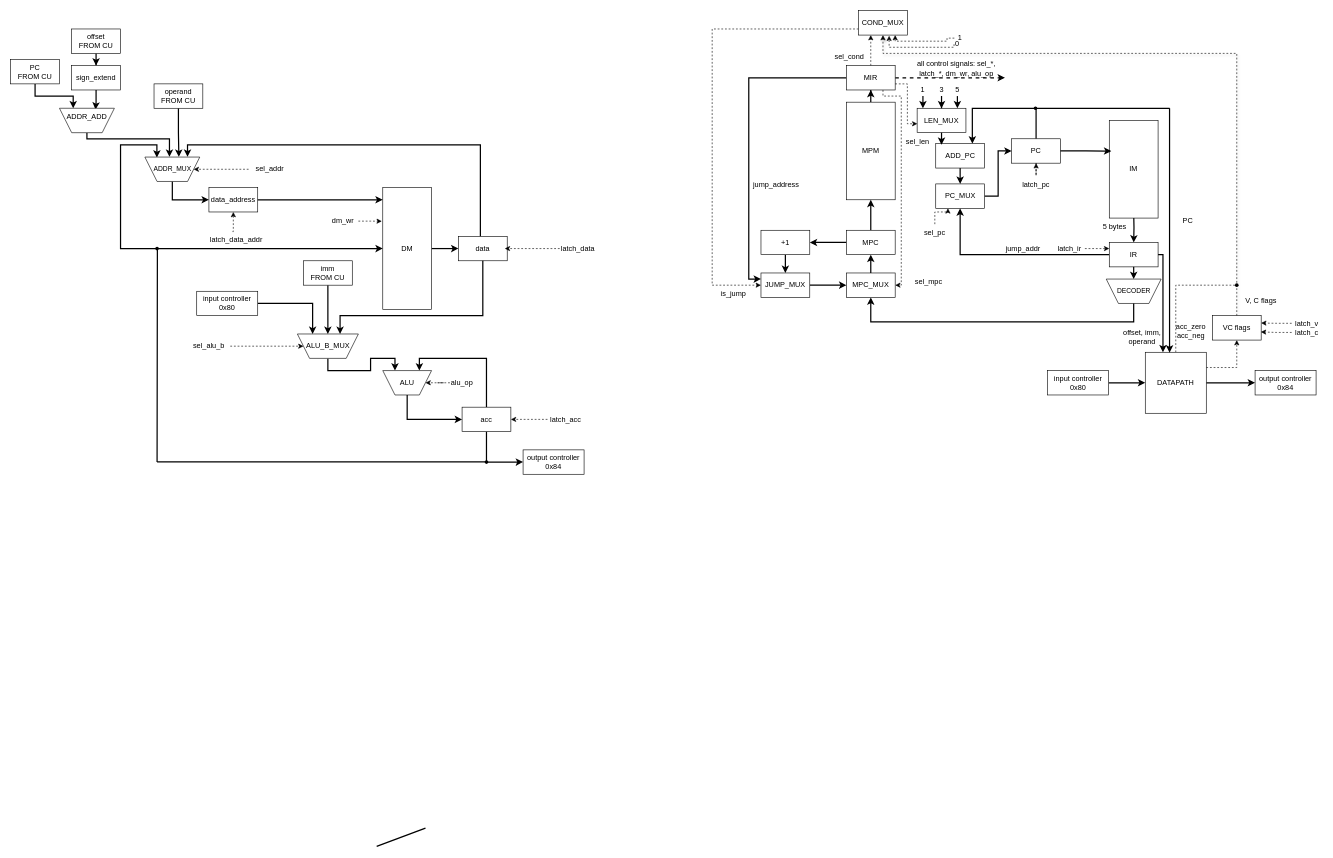
Earlier version of the draw.io diagram csa/lab3/scheme/scheme.drawio (Miwm64/itmo_cse). Source tidied: cells renumbered, new cells numbered last; positions are measured from the earlier drawing's top-left corner, leaving out a move shared by most shapes. Both pictures are drawn from the tidied source at 61%, with x=0, y=0 at pixel (10, 10).
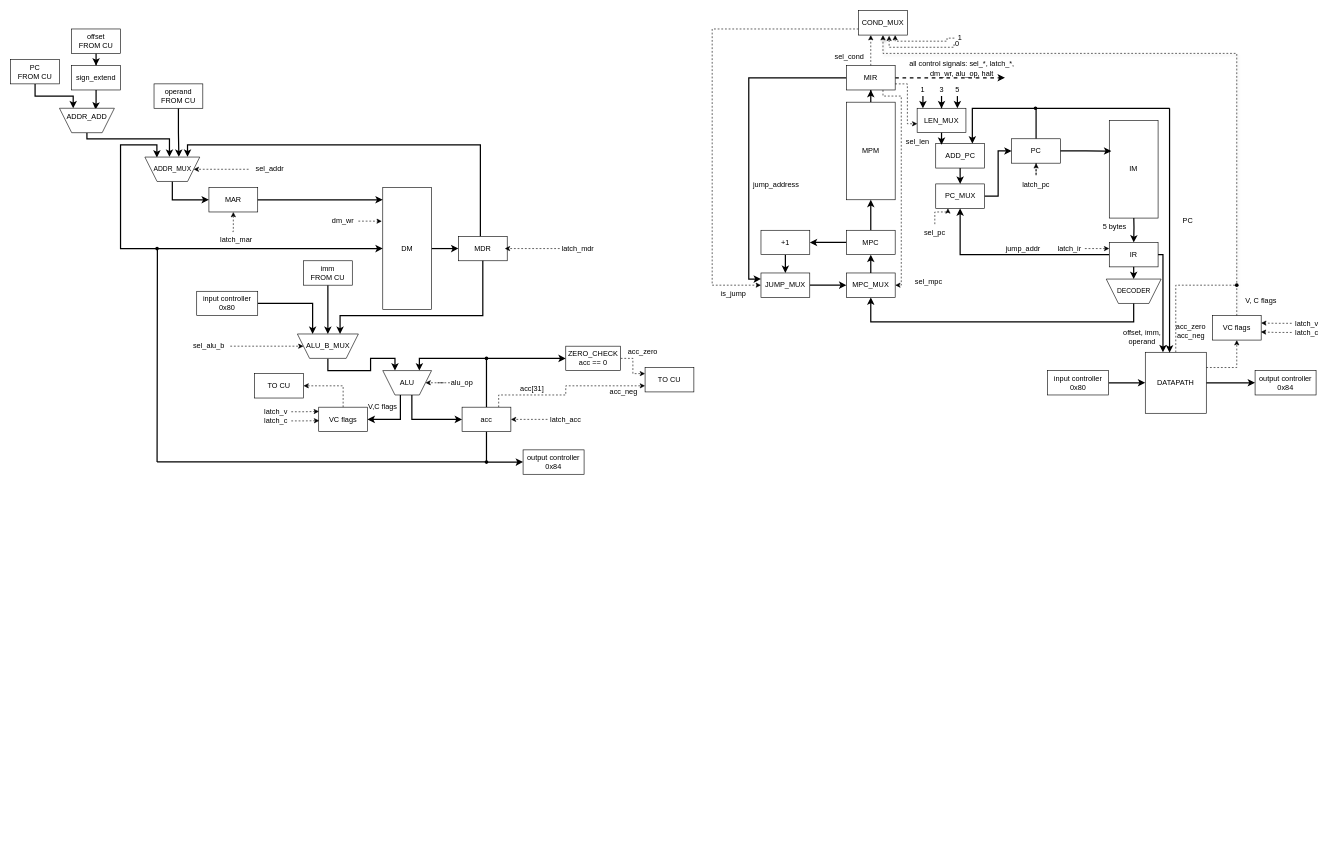
After the change.

Commit message:
feat: signals from datapath

Unchanged cells that the change refers to:
```xml
<mxCell id="11" value="acc" style="rounded=0;whiteSpace=wrap;html=1;" parent="1" vertex="1">
  <mxGeometry x="740" y="650" width="80" height="40" as="geometry" />
</mxCell>
<mxCell id="19" value="&lt;div&gt;&lt;br/&gt;&lt;/div&gt;" style="shape=trapezoid;perimeter=trapezoidPerimeter;whiteSpace=wrap;html=1;shapeInside=1;fixedSize=1;size=20;rotation=-180;" parent="18" vertex="1">
  <mxGeometry width="80" height="40" as="geometry" />
</mxCell>
```

Change to the diagram source:
```diff
@@
+    <mxCell id="144" style="edgeStyle=orthogonalEdgeStyle;rounded=0;jettySize=auto;html=1;exitX=0.75;exitY=0;exitDx=0;exitDy=0;dashed=1;entryX=0;entryY=0.75;entryDx=0;entryDy=0;" parent="1" edge="1" source="11" target="158">
+      <mxGeometry relative="1" as="geometry">
+        <Array as="points">
+          <mxPoint x="800" y="630" />
+          <mxPoint x="910" y="630" />
+          <mxPoint x="910" y="615" />
+        </Array>
+      </mxGeometry>
+    </mxCell>
@@
-    <mxCell id="12" style="edgeStyle=orthogonalEdgeStyle;rounded=0;jettySize=auto;html=1;entryX=0;entryY=0.5;entryDx=0;entryDy=0;exitX=0.5;exitY=0;exitDx=0;exitDy=0;strokeWidth=2;" parent="1" edge="1" source="19" target="11">
+    <mxCell id="12" style="edgeStyle=orthogonalEdgeStyle;rounded=0;jettySize=auto;html=1;entryX=0;entryY=0.5;entryDx=0;entryDy=0;exitX=0.404;exitY=0.005;exitDx=0;exitDy=0;strokeWidth=2;exitPerimeter=0;" parent="1" edge="1" source="19" target="11">
       <mxGeometry relative="1" as="geometry" />
     </mxCell>
@@
-    <mxCell id="26" value="data_address" style="rounded=0;whiteSpace=wrap;html=1;" parent="1" vertex="1">
+    <mxCell id="26" value="MAR" style="rounded=0;whiteSpace=wrap;html=1;" parent="1" vertex="1">
       <mxGeometry x="325" y="290" width="80" height="40" as="geometry" />
     </mxCell>
@@
-    <mxCell id="30" style="endArrow=none;html=1;rounded=0;strokeWidth=2;" parent="1" edge="1">
-      <mxGeometry relative="1" as="geometry">
-        <mxPoint x="600" y="1370" as="sourcePoint" />
-        <mxPoint x="680" y="1340" as="targetPoint" />
-      </mxGeometry>
-    </mxCell>
@@
-    <mxCell id="36" value="data" style="rounded=0;whiteSpace=wrap;html=1;" parent="1" vertex="1">
+    <mxCell id="36" value="MDR" style="rounded=0;whiteSpace=wrap;html=1;" parent="1" vertex="1">
       <mxGeometry x="734" y="370" width="80" height="40" as="geometry" />
     </mxCell>
@@
-    <mxCell id="51" value="latch_data" style="text;html=1;whiteSpace=wrap;strokeColor=none;fillColor=none;align=center;verticalAlign=middle;rounded=0;" parent="1" vertex="1">
+    <mxCell id="51" value="latch_mdr" style="text;html=1;whiteSpace=wrap;strokeColor=none;fillColor=none;align=center;verticalAlign=middle;rounded=0;" parent="1" vertex="1">
       <mxGeometry x="900" y="375" width="60" height="30" as="geometry" />
     </mxCell>
@@
-    <mxCell id="54" value="latch_data_addr" style="text;html=1;whiteSpace=wrap;strokeColor=none;fillColor=none;align=center;verticalAlign=middle;rounded=0;dashed=1;" parent="1" vertex="1">
+    <mxCell id="54" value="latch_mar" style="text;html=1;whiteSpace=wrap;strokeColor=none;fillColor=none;align=center;verticalAlign=middle;rounded=0;dashed=1;" parent="1" vertex="1">
       <mxGeometry x="335" y="360" width="70" height="30" as="geometry" />
     </mxCell>
@@
-    <mxCell id="119" value="all control signals: sel_*, latch_*, dm_wr, alu_op" style="text;html=1;whiteSpace=wrap;strokeColor=none;fillColor=none;align=center;verticalAlign=middle;rounded=0;" parent="1" vertex="1">
-      <mxGeometry x="1470" y="80" width="161" height="30" as="geometry" />
+    <mxCell id="119" value="all control signals: sel_*, latch_*, dm_wr, alu_op, halt" style="text;html=1;whiteSpace=wrap;strokeColor=none;fillColor=none;align=center;verticalAlign=middle;rounded=0;" parent="1" vertex="1">
+      <mxGeometry x="1469" y="80" width="181" height="30" as="geometry" />
     </mxCell>
@@
+    <mxCell id="145" style="edgeStyle=orthogonalEdgeStyle;rounded=0;jettySize=auto;html=1;entryX=1;entryY=0.5;entryDx=0;entryDy=0;exitX=0.5;exitY=0;exitDx=0;exitDy=0;dashed=1;" parent="1" edge="1" source="146" target="151">
+      <mxGeometry relative="1" as="geometry" />
+    </mxCell>
+    <mxCell id="146" value="VC flags" style="rounded=0;whiteSpace=wrap;html=1;" parent="1" vertex="1">
+      <mxGeometry x="505" y="650" width="80" height="40" as="geometry" />
+    </mxCell>
+    <mxCell id="147" style="edgeStyle=orthogonalEdgeStyle;rounded=0;jettySize=auto;html=1;entryX=1;entryY=0.5;entryDx=0;entryDy=0;strokeWidth=2;exitX=0.639;exitY=0.003;exitDx=0;exitDy=0;exitPerimeter=0;" parent="1" edge="1" source="19" target="146">
+      <mxGeometry relative="1" as="geometry" />
+    </mxCell>
+    <mxCell id="148" style="edgeStyle=orthogonalEdgeStyle;rounded=0;jettySize=auto;html=1;entryX=0.005;entryY=0.173;entryDx=0;entryDy=0;exitX=1;exitY=0.25;exitDx=0;exitDy=0;entryPerimeter=0;dashed=1;" parent="1" edge="1" source="150" target="146">
+      <mxGeometry relative="1" as="geometry" />
+    </mxCell>
+    <mxCell id="149" style="edgeStyle=orthogonalEdgeStyle;rounded=0;jettySize=auto;html=1;entryX=0.01;entryY=0.553;entryDx=0;entryDy=0;exitX=1;exitY=0.75;exitDx=0;exitDy=0;dashed=1;entryPerimeter=0;" parent="1" edge="1" source="150" target="146">
+      <mxGeometry relative="1" as="geometry" />
+    </mxCell>
+    <mxCell id="150" value="latch_v&lt;div&gt;latch_c&lt;/div&gt;" style="text;html=1;whiteSpace=wrap;strokeColor=none;fillColor=none;align=center;verticalAlign=middle;rounded=0;" parent="1" vertex="1">
+      <mxGeometry x="410" y="650" width="50" height="30" as="geometry" />
+    </mxCell>
+    <mxCell id="151" value="TO CU" style="rounded=0;whiteSpace=wrap;html=1;" parent="1" vertex="1">
+      <mxGeometry x="400" y="595" width="80" height="40" as="geometry" />
+    </mxCell>
+    <mxCell id="152" value="V,C flags" style="text;html=1;whiteSpace=wrap;strokeColor=none;fillColor=none;align=center;verticalAlign=middle;rounded=0;" parent="1" vertex="1">
+      <mxGeometry x="585" y="635" width="50" height="30" as="geometry" />
+    </mxCell>
+    <mxCell id="153" style="edgeStyle=orthogonalEdgeStyle;rounded=0;jettySize=auto;html=1;strokeWidth=2;entryX=0;entryY=0.5;entryDx=0;entryDy=0;" parent="1" edge="1" source="157" target="155">
+      <mxGeometry relative="1" as="geometry" />
+    </mxCell>
+    <mxCell id="154" style="edgeStyle=orthogonalEdgeStyle;rounded=0;jettySize=auto;html=1;entryX=0;entryY=0.25;entryDx=0;entryDy=0;dashed=1;" parent="1" edge="1" source="155" target="158">
+      <mxGeometry relative="1" as="geometry" />
+    </mxCell>
+    <mxCell id="155" value="ZERO_CHECK&lt;div&gt;acc == 0&lt;/div&gt;" style="rounded=0;whiteSpace=wrap;html=1;" parent="1" vertex="1">
+      <mxGeometry x="910" y="550" width="90" height="40" as="geometry" />
+    </mxCell>
+    <mxCell id="156" value="acc[31]" style="text;html=1;whiteSpace=wrap;strokeColor=none;fillColor=none;align=center;verticalAlign=middle;rounded=0;" parent="1" vertex="1">
+      <mxGeometry x="830" y="605" width="50" height="30" as="geometry" />
+    </mxCell>
+    <mxCell id="157" style="shape=waypoint;sketch=0;size=6;points=[];fillColor=none;perimeter=centerPerimeter;snapToPoint=1;" parent="1" vertex="1">
+      <mxGeometry x="770" y="560" width="20" height="20" as="geometry" />
+    </mxCell>
+    <mxCell id="158" value="TO CU" style="rounded=0;whiteSpace=wrap;html=1;" parent="1" vertex="1">
+      <mxGeometry x="1040" y="585" width="80" height="40" as="geometry" />
+    </mxCell>
+    <mxCell id="159" value="acc_neg" style="text;html=1;whiteSpace=wrap;strokeColor=none;fillColor=none;align=center;verticalAlign=middle;rounded=0;" parent="1" vertex="1">
+      <mxGeometry x="980" y="610" width="50" height="30" as="geometry" />
+    </mxCell>
+    <mxCell id="160" value="&lt;span style=&quot;color: rgb(0, 0, 0); font-family: Helvetica; font-size: 12px; font-style: normal; font-variant-ligatures: normal; font-variant-caps: normal; font-weight: 400; letter-spacing: normal; orphans: 2; text-align: center; text-indent: 0px; text-transform: none; widows: 2; word-spacing: 0px; -webkit-text-stroke-width: 0px; white-space: normal; text-decoration-thickness: initial; text-decoration-style: initial; text-decoration-color: initial; float: none; display: inline !important;&quot;&gt;acc_zero&lt;/span&gt;" style="text;whiteSpace=wrap;html=1;" parent="1" vertex="1">
+      <mxGeometry x="1010" y="545" width="80" height="40" as="geometry" />
+    </mxCell>
```
